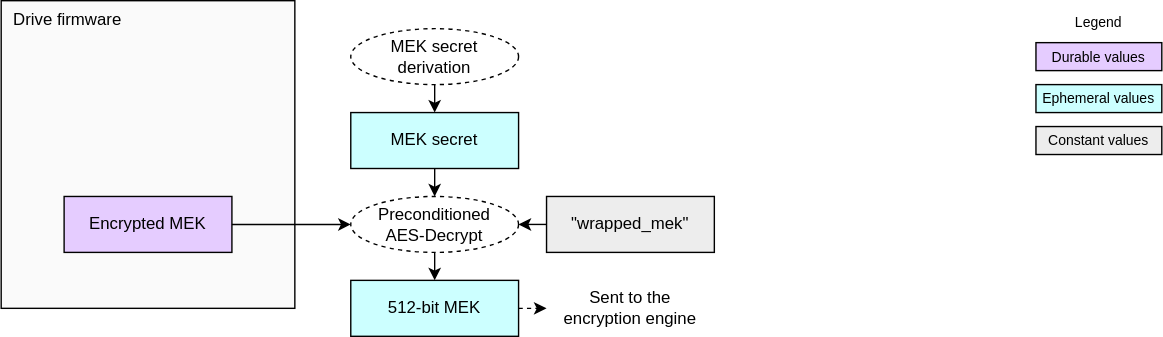
This is doc/ocp_lock/diagrams/mek_load.drawio.svg from chipsalliance/Caliptra, a draw.io export, as it was before one commit. Source tidied: cells renumbered, new cells last; positions are measured from the earlier drawing's top-left corner, leaving out a move shared by most shapes.
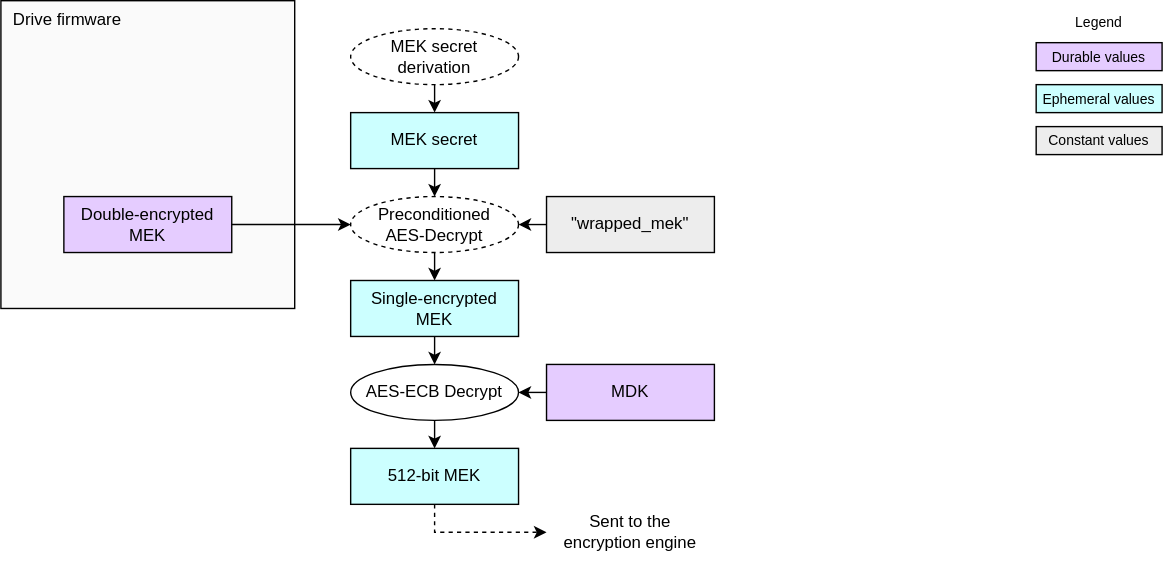
After the commit.

What changed in the source:
```diff
@@ -14,19 +14,22 @@
     <mxCell id="5" value="&lt;div&gt;&lt;font color=&quot;#000000&quot;&gt;Ephemeral values&lt;/font&gt;&lt;/div&gt;" style="rounded=0;whiteSpace=wrap;html=1;align=center;verticalAlign=middle;shadow=0;glass=0;spacingLeft=0;spacingBottom=0;spacingTop=0;fillColor=#CCFFFF;fontSize=10;" parent="1" vertex="1">
       <mxGeometry x="740" y="60" width="90" height="20" as="geometry" />
     </mxCell>
+    <mxCell id="20" style="edgeStyle=none;html=1;exitX=0.5;exitY=1;exitDx=0;exitDy=0;entryX=0.5;entryY=0;entryDx=0;entryDy=0;" parent="1" edge="1" source="6" target="22">
+      <mxGeometry relative="1" as="geometry" />
+    </mxCell>
-    <mxCell id="6" value="&lt;div&gt;&lt;font color=&quot;#000000&quot;&gt;512-bit MEK&lt;/font&gt;&lt;/div&gt;" style="rounded=0;whiteSpace=wrap;html=1;align=center;verticalAlign=middle;shadow=0;glass=0;spacingLeft=0;spacingBottom=0;spacingTop=0;fillColor=#CCFFFF;" parent="1" vertex="1">
+    <mxCell id="6" value="&lt;div&gt;&lt;font color=&quot;#000000&quot;&gt;Single-encrypted MEK&lt;/font&gt;&lt;/div&gt;" style="rounded=0;whiteSpace=wrap;html=1;align=center;verticalAlign=middle;shadow=0;glass=0;spacingLeft=0;spacingBottom=0;spacingTop=0;fillColor=#CCFFFF;" parent="1" vertex="1">
       <mxGeometry x="250" y="200" width="120" height="40" as="geometry" />
     </mxCell>
-    <mxCell id="7" value="Sent to the&lt;div&gt;encryption engine&lt;/div&gt;" style="text;strokeColor=none;align=center;fillColor=none;html=1;verticalAlign=middle;whiteSpace=wrap;rounded=0;" parent="1" vertex="1">
-      <mxGeometry x="390" y="205" width="120" height="30" as="geometry" />
+    <mxCell id="7" value="Sent to the&lt;div&gt;encryption engine&lt;/div&gt;" style="text;strokeColor=none;align=center;fillColor=none;html=1;verticalAlign=middle;whiteSpace=wrap;rounded=0;spacingTop=0;" parent="1" vertex="1">
+      <mxGeometry x="390" y="360" width="120" height="40" as="geometry" />
     </mxCell>
-    <mxCell id="8" style="edgeStyle=none;html=1;exitX=1;exitY=0.5;exitDx=0;exitDy=0;entryX=0;entryY=0.5;entryDx=0;entryDy=0;dashed=1;" parent="1" edge="1" source="6" target="7">
+    <mxCell id="8" style="edgeStyle=orthogonalEdgeStyle;html=1;exitX=0.5;exitY=1;exitDx=0;exitDy=0;entryX=0;entryY=0.5;entryDx=0;entryDy=0;dashed=1;rounded=0;flowAnimation=0;" parent="1" edge="1" source="25" target="7">
       <mxGeometry relative="1" as="geometry" />
     </mxCell>
     <mxCell id="9" value="&lt;div&gt;&lt;font color=&quot;#000000&quot;&gt;Constant values&lt;/font&gt;&lt;/div&gt;" style="rounded=0;whiteSpace=wrap;html=1;align=center;verticalAlign=middle;shadow=0;glass=0;spacingLeft=0;spacingBottom=0;spacingTop=0;fillColor=#EDEDED;fontSize=10;" parent="1" vertex="1">
       <mxGeometry x="740" y="90" width="90" height="20" as="geometry" />
     </mxCell>
-    <mxCell id="10" value="&lt;div&gt;&lt;font color=&quot;#000000&quot;&gt;Encrypted MEK&lt;/font&gt;&lt;/div&gt;" style="rounded=0;whiteSpace=wrap;html=1;align=center;verticalAlign=middle;shadow=0;glass=0;spacingLeft=0;spacingBottom=0;spacingTop=0;fillColor=#E5CCFF;" parent="1" vertex="1">
+    <mxCell id="10" value="&lt;div&gt;&lt;font color=&quot;#000000&quot;&gt;Double-encrypted&lt;/font&gt;&lt;/div&gt;&lt;div&gt;&lt;span style=&quot;background-color: transparent;&quot;&gt;MEK&lt;/span&gt;&lt;/div&gt;" style="rounded=0;whiteSpace=wrap;html=1;align=center;verticalAlign=middle;shadow=0;glass=0;spacingLeft=0;spacingBottom=0;spacingTop=0;fillColor=#E5CCFF;" parent="1" vertex="1">
       <mxGeometry x="45" y="140" width="120" height="40" as="geometry" />
     </mxCell>
     <mxCell id="11" style="edgeStyle=none;html=1;exitX=1;exitY=0.5;exitDx=0;exitDy=0;entryX=0;entryY=0.5;entryDx=0;entryDy=0;" parent="1" edge="1" source="10" target="14">
@@ -56,5 +59,20 @@
     <mxCell id="19" value="MEK secret&lt;div&gt;derivation&lt;/div&gt;" style="ellipse;whiteSpace=wrap;html=1;fillColor=#FFFFFF;dashed=1;" parent="1" vertex="1">
       <mxGeometry x="250" y="20" width="120" height="40" as="geometry" />
     </mxCell>
+    <mxCell id="21" style="edgeStyle=none;html=1;exitX=0.5;exitY=1;exitDx=0;exitDy=0;entryX=0.5;entryY=0;entryDx=0;entryDy=0;" parent="1" edge="1" source="22" target="25">
+      <mxGeometry relative="1" as="geometry" />
+    </mxCell>
+    <mxCell id="22" value="AES-ECB Decrypt" style="ellipse;whiteSpace=wrap;html=1;fillColor=#FFFFFF;" parent="1" vertex="1">
+      <mxGeometry x="250" y="260" width="120" height="40" as="geometry" />
+    </mxCell>
+    <mxCell id="23" style="edgeStyle=orthogonalEdgeStyle;html=1;exitX=0;exitY=0.5;exitDx=0;exitDy=0;entryX=1;entryY=0.5;entryDx=0;entryDy=0;rounded=0;" parent="1" edge="1" source="24" target="22">
+      <mxGeometry relative="1" as="geometry" />
+    </mxCell>
+    <mxCell id="24" value="&lt;div&gt;&lt;font color=&quot;#000000&quot;&gt;MDK&lt;/font&gt;&lt;/div&gt;" style="rounded=0;whiteSpace=wrap;html=1;align=center;verticalAlign=middle;shadow=0;glass=0;spacingLeft=0;spacingBottom=0;spacingTop=0;fillColor=#E5CCFF;" parent="1" vertex="1">
+      <mxGeometry x="390" y="260" width="120" height="40" as="geometry" />
+    </mxCell>
+    <mxCell id="25" value="&lt;div&gt;&lt;font color=&quot;#000000&quot;&gt;512-bit MEK&lt;/font&gt;&lt;/div&gt;" style="rounded=0;whiteSpace=wrap;html=1;align=center;verticalAlign=middle;shadow=0;glass=0;spacingLeft=0;spacingBottom=0;spacingTop=0;fillColor=#CCFFFF;" parent="1" vertex="1">
+      <mxGeometry x="250" y="320" width="120" height="40" as="geometry" />
+    </mxCell>
   </root>
 </mxGraphModel>
```
